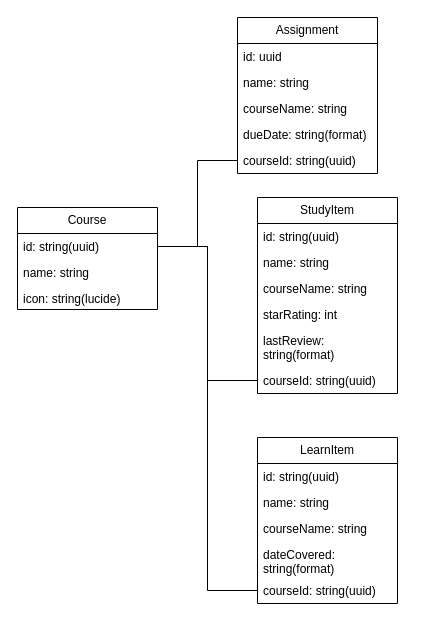
Jorgeag2004/study-stack keeps this draw.io diagram as Types uml diagram.drawio. Above is the earlier version. Source tidied: cells renumbered, new cells numbered last; positions are measured from the earlier drawing's top-left corner, leaving out a move shared by most shapes. Both pictures are drawn from the tidied source at 100%, with x=0, y=0 at pixel (17, 17).
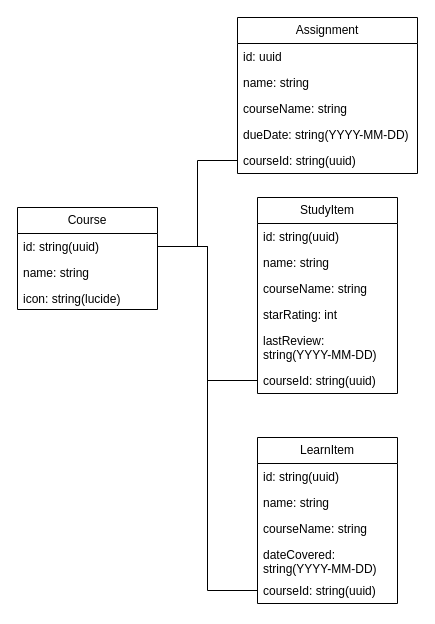
Above is the later version.

Unchanged cells that the change refers to:
```xml
<mxCell id="13" value="StudyItem" style="swimlane;fontStyle=0;horizontal=1;startSize=26;whiteSpace=wrap;html=1;" parent="1" vertex="1">
  <mxGeometry x="240" y="180" width="140" height="196" as="geometry" />
</mxCell>
<mxCell id="21" value="LearnItem" style="swimlane;fontStyle=0;horizontal=1;startSize=26;whiteSpace=wrap;html=1;" parent="1" vertex="1">
  <mxGeometry x="240" y="420" width="140" height="166" as="geometry" />
</mxCell>
```

The edit, as a diff of the source:
```diff
@@
     <mxCell id="6" value="Assignment" style="swimlane;fontStyle=0;horizontal=1;startSize=26;whiteSpace=wrap;html=1;" parent="1" vertex="1">
-      <mxGeometry x="220" width="140" height="156" as="geometry" />
+      <mxGeometry x="220" width="180" height="156" as="geometry" />
     </mxCell>
     <mxCell id="7" value="id: uuid" style="text;align=left;verticalAlign=top;spacingLeft=4;spacingRight=4;overflow=hidden;whiteSpace=wrap;html=1;" parent="6" vertex="1">
-      <mxGeometry y="26" width="140" height="26" as="geometry" />
+      <mxGeometry y="26" width="180" height="26" as="geometry" />
     </mxCell>
     <mxCell id="8" value="name: string" style="text;align=left;verticalAlign=top;spacingLeft=4;spacingRight=4;overflow=hidden;whiteSpace=wrap;html=1;" parent="6" vertex="1">
-      <mxGeometry y="52" width="140" height="26" as="geometry" />
+      <mxGeometry y="52" width="180" height="26" as="geometry" />
     </mxCell>
     <mxCell id="9" value="courseName: string&lt;div&gt;&lt;br&gt;&lt;/div&gt;" style="text;align=left;verticalAlign=top;spacingLeft=4;spacingRight=4;overflow=hidden;whiteSpace=wrap;html=1;" parent="6" vertex="1">
-      <mxGeometry y="78" width="140" height="26" as="geometry" />
+      <mxGeometry y="78" width="180" height="26" as="geometry" />
     </mxCell>
-    <mxCell id="10" value="&lt;div&gt;dueDate: string(format)&lt;/div&gt;" style="text;align=left;verticalAlign=top;spacingLeft=4;spacingRight=4;overflow=hidden;whiteSpace=wrap;html=1;" parent="6" vertex="1">
-      <mxGeometry y="104" width="140" height="26" as="geometry" />
+    <mxCell id="10" value="&lt;div&gt;dueDate: string(YYYY-MM-DD)&lt;/div&gt;" style="text;align=left;verticalAlign=top;spacingLeft=4;spacingRight=4;overflow=hidden;whiteSpace=wrap;html=1;" parent="6" vertex="1">
+      <mxGeometry y="104" width="180" height="26" as="geometry" />
     </mxCell>
     <mxCell id="11" value="&lt;div&gt;courseId: string(uuid)&lt;/div&gt;" style="text;align=left;verticalAlign=top;spacingLeft=4;spacingRight=4;overflow=hidden;points=[[0,0.5],[1,0.5]];portConstraint=eastwest;whiteSpace=wrap;html=1;" parent="6" vertex="1">
-      <mxGeometry y="130" width="140" height="26" as="geometry" />
+      <mxGeometry y="130" width="180" height="26" as="geometry" />
     </mxCell>
@@
-    <mxCell id="18" value="lastReview:&amp;nbsp; string(format)&lt;div&gt;&lt;br&gt;&lt;/div&gt;" style="text;align=left;verticalAlign=top;spacingLeft=4;spacingRight=4;overflow=hidden;whiteSpace=wrap;html=1;" parent="13" vertex="1">
+    <mxCell id="18" value="lastReview:&amp;nbsp; string(YYYY-MM-DD)&lt;div&gt;&lt;br&gt;&lt;/div&gt;" style="text;align=left;verticalAlign=top;spacingLeft=4;spacingRight=4;overflow=hidden;whiteSpace=wrap;html=1;" parent="13" vertex="1">
       <mxGeometry y="130" width="140" height="40" as="geometry" />
     </mxCell>
@@
-    <mxCell id="25" value="dateCovered: string(format)" style="text;align=left;verticalAlign=top;spacingLeft=4;spacingRight=4;overflow=hidden;whiteSpace=wrap;html=1;" parent="21" vertex="1">
+    <mxCell id="25" value="dateCovered: string(YYYY-MM-DD)" style="text;align=left;verticalAlign=top;spacingLeft=4;spacingRight=4;overflow=hidden;whiteSpace=wrap;html=1;" parent="21" vertex="1">
       <mxGeometry y="104" width="140" height="36" as="geometry" />
     </mxCell>
```
